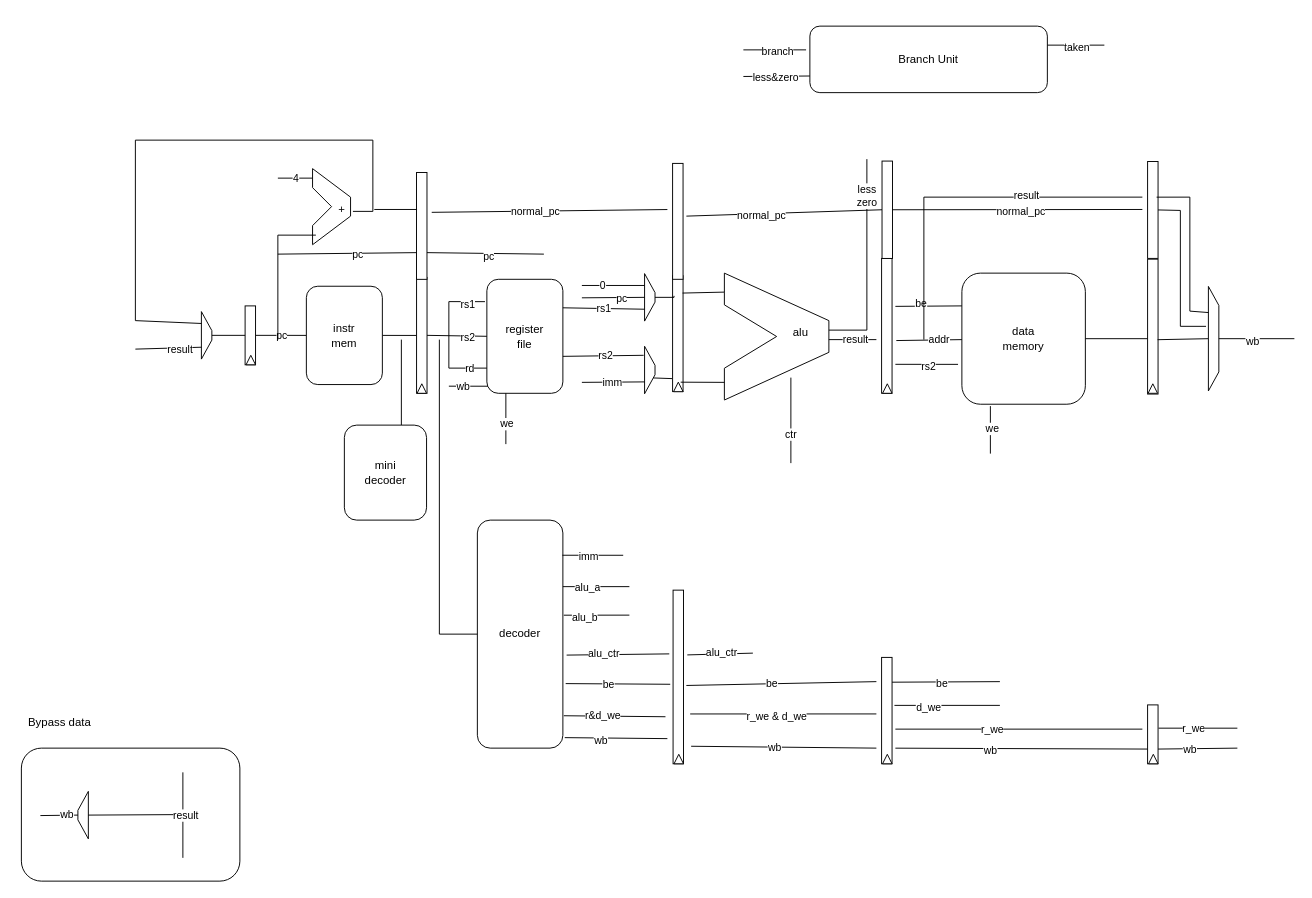
The draw.io diagram Schematic.drawio in kanosukii/rvcore_5stages, before the edit. Source tidied: cells renumbered, new cells numbered last; positions are measured from the earlier drawing's top-left corner, leaving out a move shared by most shapes. Both pictures are drawn from the tidied source at 95%, with x=0, y=0 at pixel (16, 26).
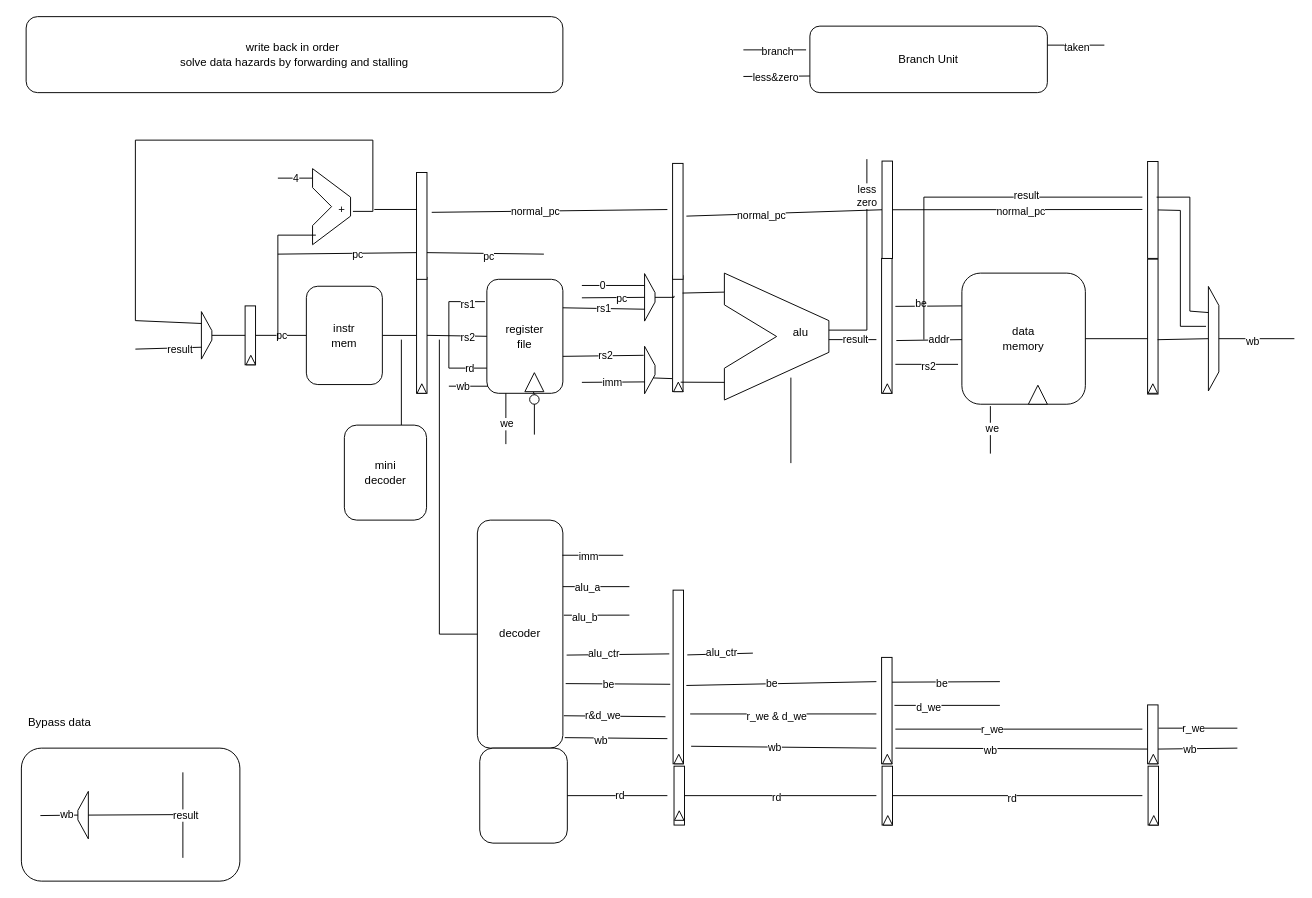
After the change.

The change refers to these unchanged cells:
```xml
<mxCell id="12" value="register&lt;div&gt;file&lt;/div&gt;" style="rounded=1;whiteSpace=wrap;html=1;" parent="1" vertex="1">
  <mxGeometry x="495" y="266.5" width="80" height="120" as="geometry" />
</mxCell>
<mxCell id="71" style="endArrow=none;html=1;rounded=0;" parent="1" edge="1">
  <mxGeometry relative="1" as="geometry">
    <mxPoint x="815" y="460" as="sourcePoint" />
    <mxPoint x="815" y="370" as="targetPoint" />
  </mxGeometry>
</mxCell>
```

Change to the diagram source:
```diff
@@
-    <mxCell id="72" value="ctr" style="edgeLabel;html=1;align=center;verticalAlign=middle;" parent="71" vertex="1">
-      <mxGeometry x="-0.31" y="1" relative="1" as="geometry" />
-    </mxCell>
@@
+    <mxCell id="164" style="rounded=1;whiteSpace=wrap;html=1;" parent="1" vertex="1">
+      <mxGeometry x="487.5" y="760" width="92.2" height="100" as="geometry" />
+    </mxCell>
+    <mxCell id="165" style="endArrow=none;html=1;rounded=0;exitX=1;exitY=0.5;exitDx=0;exitDy=0;" parent="1" edge="1" source="164">
+      <mxGeometry relative="1" as="geometry">
+        <mxPoint x="685" y="810" as="targetPoint" />
+      </mxGeometry>
+    </mxCell>
+    <mxCell id="166" value="rd" style="edgeLabel;html=1;align=center;verticalAlign=middle;" parent="165" vertex="1">
+      <mxGeometry x="0.05" y="1" relative="1" as="geometry" />
+    </mxCell>
+    <mxCell id="167" style="rounded=0;whiteSpace=wrap;html=1;rotation=90;" parent="1" vertex="1">
+      <mxGeometry x="666.5" y="804.5" width="62" height="11" as="geometry" />
+    </mxCell>
+    <mxCell id="168" style="triangle;whiteSpace=wrap;html=1;rotation=-90;" parent="1" vertex="1">
+      <mxGeometry x="692.5" y="826" width="10" height="10" as="geometry" />
+    </mxCell>
+    <mxCell id="169" style="rounded=0;whiteSpace=wrap;html=1;rotation=90;" parent="1" vertex="1">
+      <mxGeometry x="885.5" y="804.5" width="62" height="11" as="geometry" />
+    </mxCell>
+    <mxCell id="170" style="triangle;whiteSpace=wrap;html=1;rotation=-90;" parent="1" vertex="1">
+      <mxGeometry x="912" y="831" width="10" height="10" as="geometry" />
+    </mxCell>
+    <mxCell id="171" style="rounded=0;whiteSpace=wrap;html=1;rotation=90;" parent="1" vertex="1">
+      <mxGeometry x="1165.5" y="804.5" width="62" height="11" as="geometry" />
+    </mxCell>
+    <mxCell id="172" style="triangle;whiteSpace=wrap;html=1;rotation=-90;" parent="1" vertex="1">
+      <mxGeometry x="1192" y="831" width="10" height="10" as="geometry" />
+    </mxCell>
+    <mxCell id="173" style="endArrow=none;html=1;rounded=0;exitX=0.5;exitY=0;exitDx=0;exitDy=0;" parent="1" edge="1" source="167">
+      <mxGeometry relative="1" as="geometry">
+        <mxPoint x="905" y="810" as="targetPoint" />
+      </mxGeometry>
+    </mxCell>
+    <mxCell id="174" value="rd" style="edgeLabel;html=1;align=center;verticalAlign=middle;" parent="173" vertex="1">
+      <mxGeometry x="-0.05" y="-1" relative="1" as="geometry" />
+    </mxCell>
+    <mxCell id="175" style="endArrow=none;html=1;rounded=0;exitX=0.5;exitY=0;exitDx=0;exitDy=0;" parent="1" edge="1" source="169">
+      <mxGeometry relative="1" as="geometry">
+        <mxPoint x="1185" y="810" as="targetPoint" />
+      </mxGeometry>
+    </mxCell>
+    <mxCell id="176" value="rd" style="edgeLabel;html=1;align=center;verticalAlign=middle;" parent="175" vertex="1">
+      <mxGeometry x="-0.05" y="-2" relative="1" as="geometry" />
+    </mxCell>
+    <mxCell id="177" value="write back in order&amp;nbsp;&lt;div&gt;solve data hazards by forwarding and stalling&lt;/div&gt;" style="rounded=1;whiteSpace=wrap;html=1;" parent="1" vertex="1">
+      <mxGeometry x="10" y="-10" width="565" height="80" as="geometry" />
+    </mxCell>
+    <mxCell id="178" style="triangle;whiteSpace=wrap;html=1;rotation=-90;" parent="1" vertex="1">
+      <mxGeometry x="535" y="364.8" width="20" height="20" as="geometry" />
+    </mxCell>
+    <mxCell id="179" style="triangle;whiteSpace=wrap;html=1;rotation=-90;" parent="1" vertex="1">
+      <mxGeometry x="1065" y="378" width="20" height="20" as="geometry" />
+    </mxCell>
+    <mxCell id="180" style="endArrow=none;html=1;rounded=0;entryX=0.613;entryY=0.988;entryDx=0;entryDy=0;entryPerimeter=0;" parent="1" edge="1" source="181" target="12">
+      <mxGeometry relative="1" as="geometry" />
+    </mxCell>
+    <mxCell id="181" style="ellipse;whiteSpace=wrap;html=1;" parent="1" vertex="1">
+      <mxGeometry x="540" y="388" width="10" height="10" as="geometry" />
+    </mxCell>
+    <mxCell id="182" style="endArrow=none;html=1;rounded=0;entryX=0.5;entryY=1;entryDx=0;entryDy=0;" parent="1" edge="1" target="181">
+      <mxGeometry relative="1" as="geometry">
+        <mxPoint x="545" y="430" as="sourcePoint" />
+      </mxGeometry>
+    </mxCell>
```
